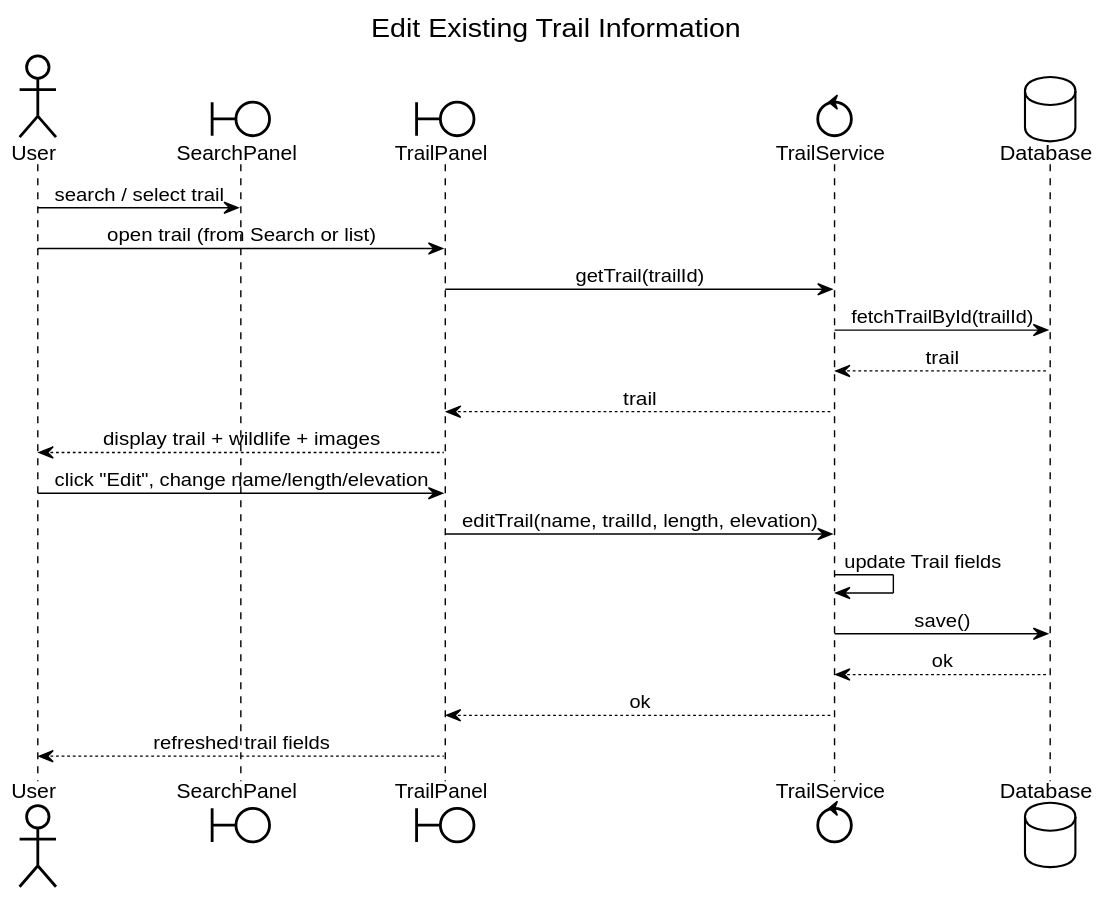
This is uml-diagrams/svg/sequence/editTrail.svg from milelime/Wildlife-Explorer, a PlantUML export, as it was before one commit.
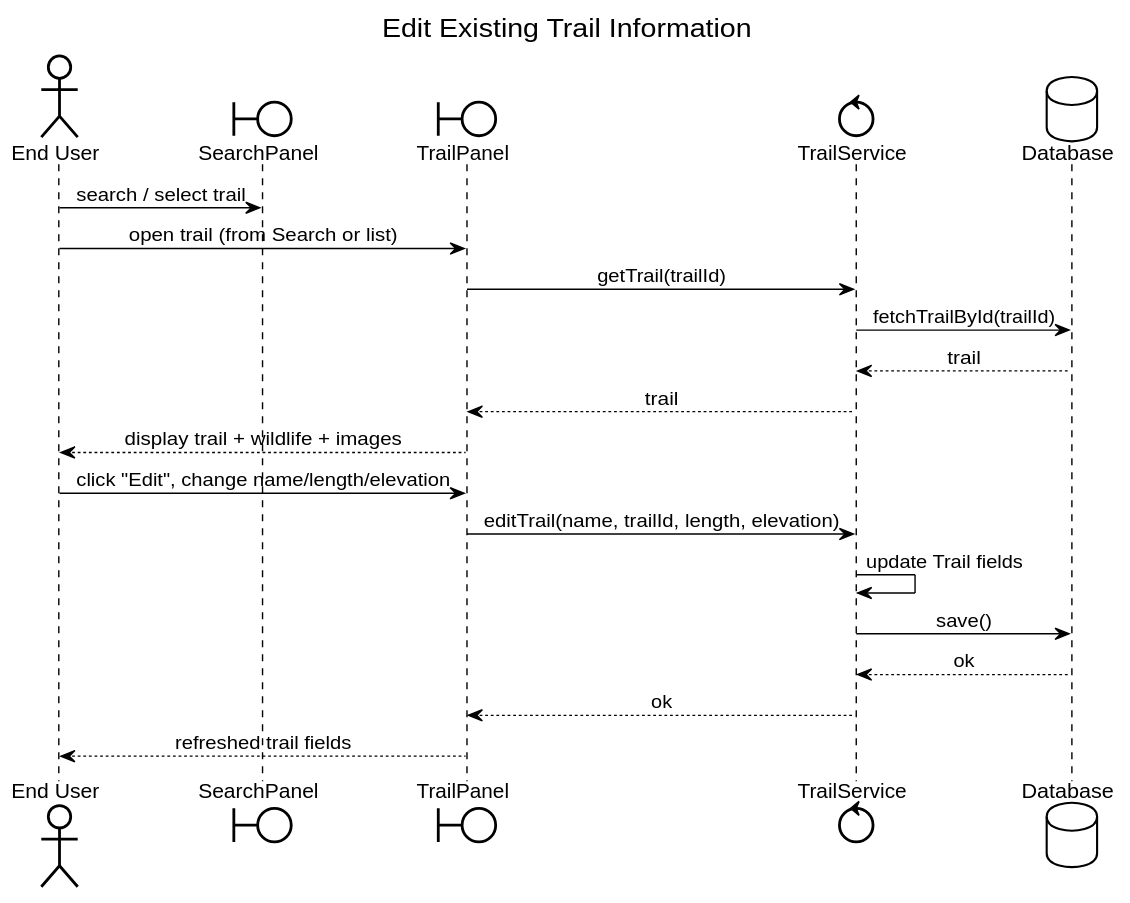
Above is the later version.

Diff of the diagram source:
```diff
@@ -72,23 +72,23 @@
 
 title Edit Existing Trail Information
 
-actor User
+actor "End User" as EU
 boundary SearchPanel
 boundary TrailPanel
 control TrailService
 database Database
 
-User -> SearchPanel : search / select trail
-User -> TrailPanel : open trail (from Search or list)
+EU -> SearchPanel : search / select trail
+EU -> TrailPanel : open trail (from Search or list)
 
 TrailPanel -> TrailService : getTrail(trailId)
 TrailService -> Database : fetchTrailById(trailId)
 Database --> TrailService : trail
 TrailService --> TrailPanel : trail
 
-TrailPanel --> User : display trail + wildlife + images
+TrailPanel --> EU : display trail + wildlife + images
 
-User -> TrailPanel : click "Edit", change name/length/elevation
+EU -> TrailPanel : click "Edit", change name/length/elevation
 TrailPanel -> TrailService : editTrail(name, trailId, length, elevation)
 
 TrailService -> TrailService : update Trail fields
@@ -97,6 +97,6 @@
 Database --> TrailService : ok
 TrailService --> TrailPanel : ok
 
-TrailPanel --> User : refreshed trail fields
+TrailPanel --> EU : refreshed trail fields
 
 @enduml
```
